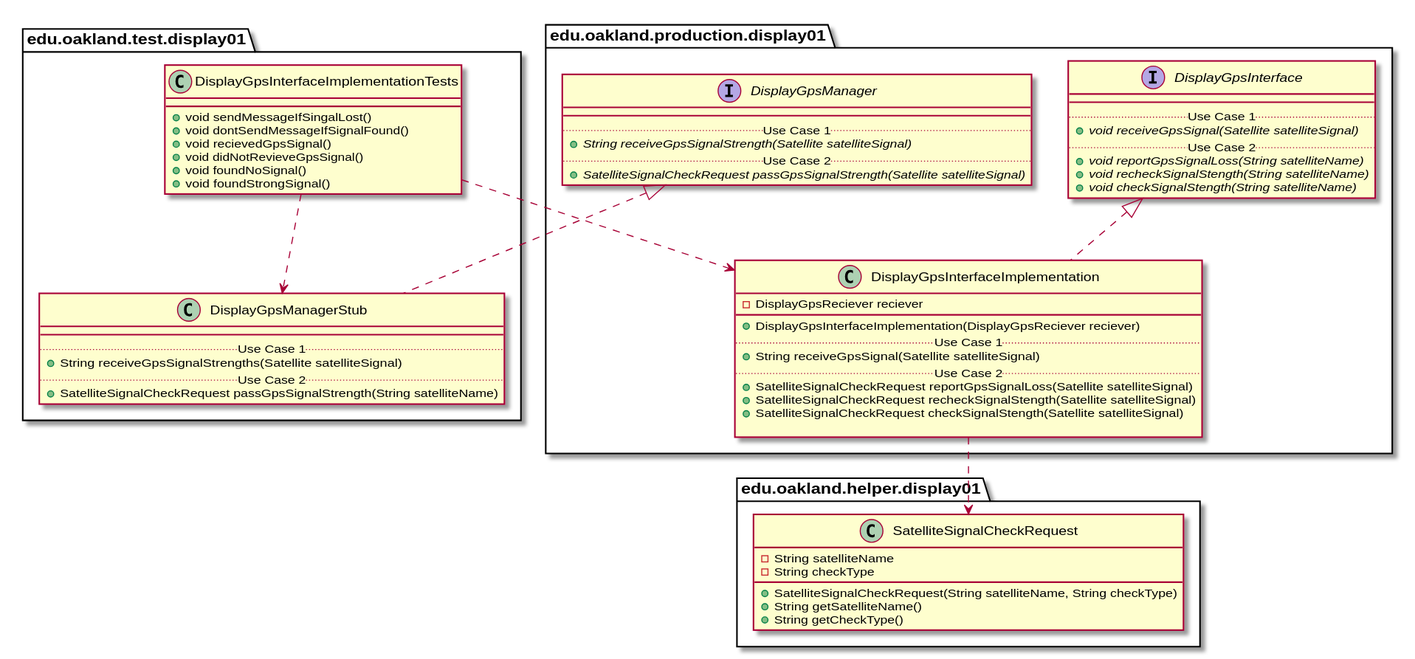
The PlantUML diagram docs/uml-class-diagrams/display01/test/DisplayGpsInterfaceImplementationTests/DisplayGpsInterfaceImplementationTests_Closure.svg in andrewdimmer/csi-3370-software-project, before a commit.
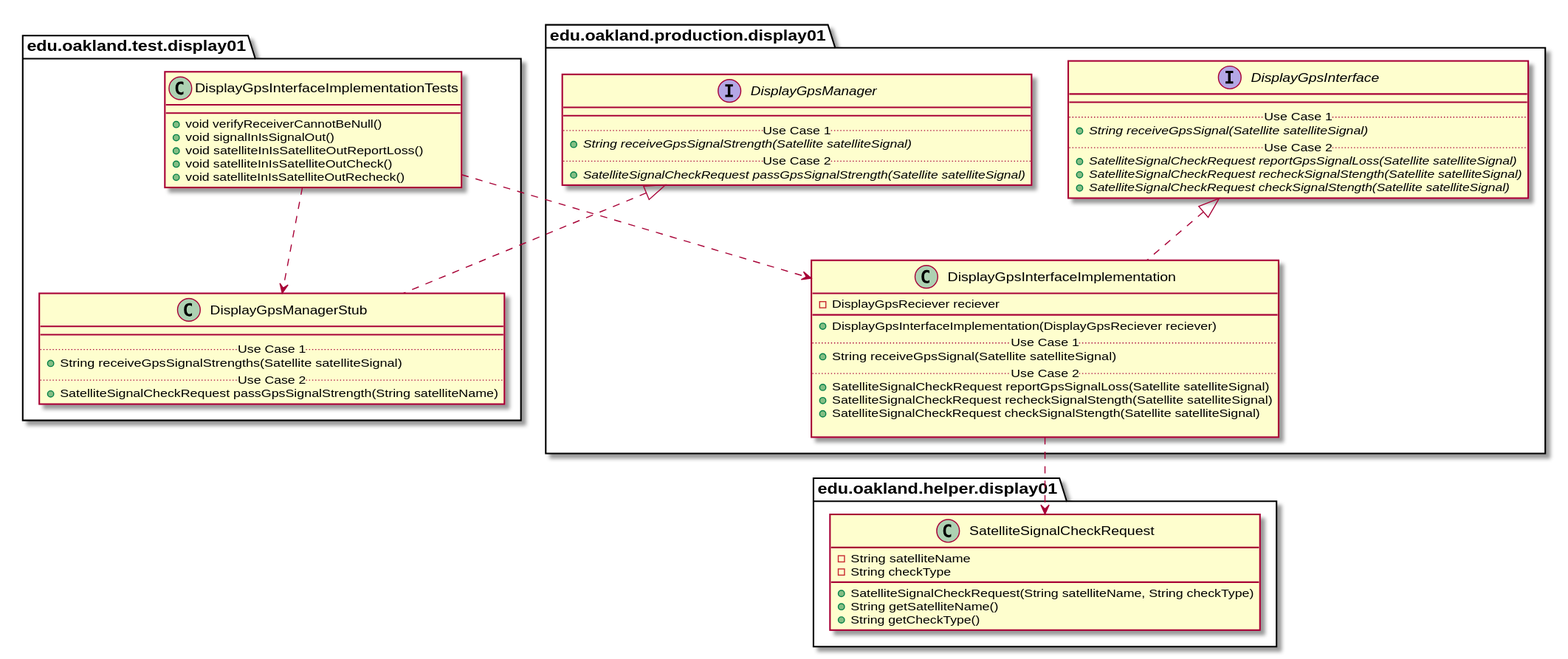
The same diagram one commit later.

Diff of the diagram source:
```diff
@@ -3,12 +3,11 @@
 
 package edu.oakland.test.display01 {
     class DisplayGpsInterfaceImplementationTests {
-      + void sendMessageIfSingalLost()
-      + void dontSendMessageIfSignalFound()
-      + void recievedGpsSignal()
-      + void didNotRevieveGpsSignal()
-      + void foundNoSignal()
-      + void foundStrongSignal()
+      + void verifyReceiverCannotBeNull()
+      + void signalInIsSignalOut()
+      + void satelliteInIsSatelliteOutReportLoss()
+      + void satelliteInIsSatelliteOutCheck()
+      + void satelliteInIsSatelliteOutRecheck()
     }
 }
 
@@ -74,11 +73,11 @@
     interface DisplayGpsInterface {
         __
         .. Use Case 1 ..
-        {abstract} + void receiveGpsSignal(Satellite satelliteSignal)
+        {abstract} + String receiveGpsSignal(Satellite satelliteSignal)
         .. Use Case 2 ..
-        {abstract} + void reportGpsSignalLoss(String satelliteName)
-        {abstract} + void recheckSignalStength(String satelliteName)
-        {abstract} + void checkSignalStength(String satelliteName)
+        {abstract} + SatelliteSignalCheckRequest reportGpsSignalLoss(Satellite satelliteSignal)
+        {abstract} + SatelliteSignalCheckRequest recheckSignalStength(Satellite satelliteSignal)
+        {abstract} + SatelliteSignalCheckRequest checkSignalStength(Satellite satelliteSignal)
     }
 }
 
```
